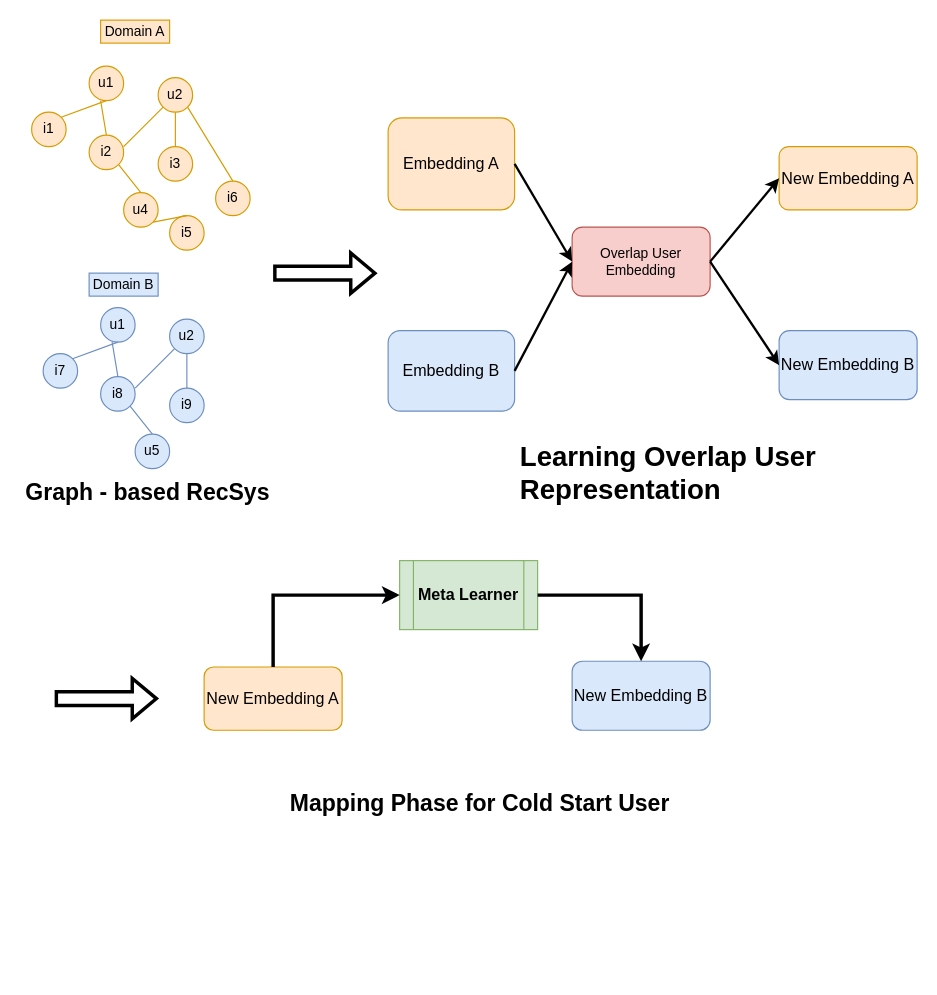
minhkks/Mini_Project_VDT keeps this draw.io diagram as page "Page-2" (2 of 2) of VDT.drawio. Above is the earlier version. Source tidied: cells renumbered, new cells numbered last; positions are measured from the earlier drawing's top-left corner, leaving out a move shared by most shapes. Both pictures are drawn from the tidied source at 115%, with x=0, y=0 at pixel (20, 20).
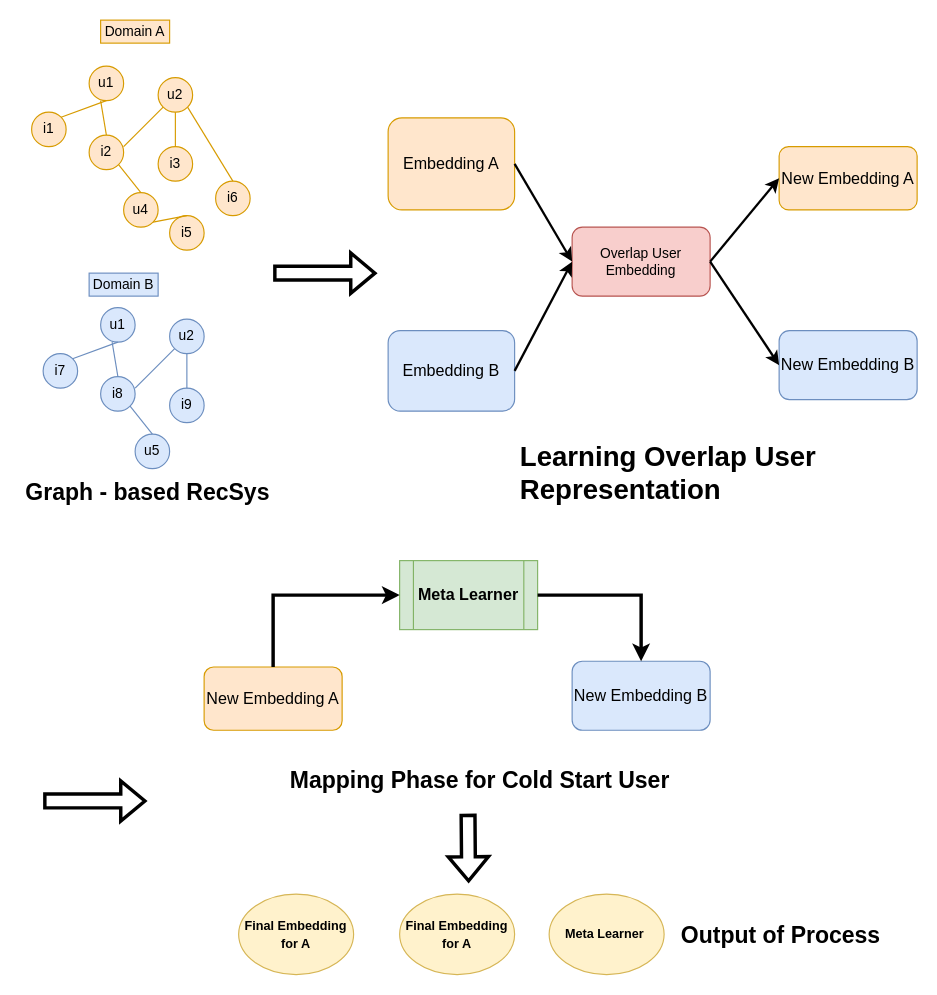
After the change.

Diff of the diagram source:
```diff
@@
     <mxCell id="42" style="shape=flexArrow;endArrow=classic;html=1;rounded=0;strokeWidth=3;" parent="1" edge="1">
       <mxGeometry relative="1" as="geometry">
-        <mxPoint x="30" y="590" as="sourcePoint" />
-        <mxPoint x="120" y="590" as="targetPoint" />
+        <mxPoint x="20" y="679" as="sourcePoint" />
+        <mxPoint x="110" y="679" as="targetPoint" />
       </mxGeometry>
     </mxCell>
@@
     <mxCell id="48" value="&lt;h1&gt;&lt;span style=&quot;font-size: 20px;&quot;&gt;Mapping Phase for Cold Start User&lt;/span&gt;&lt;/h1&gt;" style="text;html=1;strokeColor=none;fillColor=none;spacing=5;spacingTop=-20;whiteSpace=wrap;overflow=hidden;rounded=0;" parent="1" vertex="1">
-      <mxGeometry x="230" y="660" width="345" height="40" as="geometry" />
+      <mxGeometry x="230" y="640" width="345" height="40" as="geometry" />
     </mxCell>
+    <mxCell id="49" style="shape=flexArrow;endArrow=classic;html=1;rounded=0;strokeWidth=3;" parent="1" edge="1">
+      <mxGeometry relative="1" as="geometry">
+        <mxPoint x="389.5" y="690" as="sourcePoint" />
+        <mxPoint x="390" y="750" as="targetPoint" />
+      </mxGeometry>
+    </mxCell>
+    <mxCell id="50" value="&lt;font size=&quot;1&quot; style=&quot;&quot;&gt;&lt;b style=&quot;font-size: 11px;&quot;&gt;Final Embedding for A&lt;/b&gt;&lt;/font&gt;" style="ellipse;whiteSpace=wrap;html=1;fillColor=#fff2cc;strokeColor=#d6b656;" parent="1" vertex="1">
+      <mxGeometry x="190" y="760" width="100" height="70" as="geometry" />
+    </mxCell>
+    <mxCell id="51" value="&lt;font size=&quot;1&quot; style=&quot;&quot;&gt;&lt;b style=&quot;font-size: 11px;&quot;&gt;Final Embedding for A&lt;/b&gt;&lt;/font&gt;" style="ellipse;whiteSpace=wrap;html=1;fillColor=#fff2cc;strokeColor=#d6b656;" parent="1" vertex="1">
+      <mxGeometry x="330" y="760" width="100" height="70" as="geometry" />
+    </mxCell>
+    <mxCell id="52" value="&lt;font size=&quot;1&quot; style=&quot;&quot;&gt;&lt;b style=&quot;font-size: 11px;&quot;&gt;Meta Learner&amp;nbsp;&lt;/b&gt;&lt;/font&gt;" style="ellipse;whiteSpace=wrap;html=1;fillColor=#fff2cc;strokeColor=#d6b656;" parent="1" vertex="1">
+      <mxGeometry x="460" y="760" width="100" height="70" as="geometry" />
+    </mxCell>
+    <mxCell id="53" value="&lt;h1&gt;&lt;span style=&quot;font-size: 20px;&quot;&gt;Output of Process&lt;/span&gt;&lt;/h1&gt;" style="text;html=1;strokeColor=none;fillColor=none;spacing=5;spacingTop=-20;whiteSpace=wrap;overflow=hidden;rounded=0;" parent="1" vertex="1">
+      <mxGeometry x="570" y="775" width="200" height="40" as="geometry" />
+    </mxCell>
```
